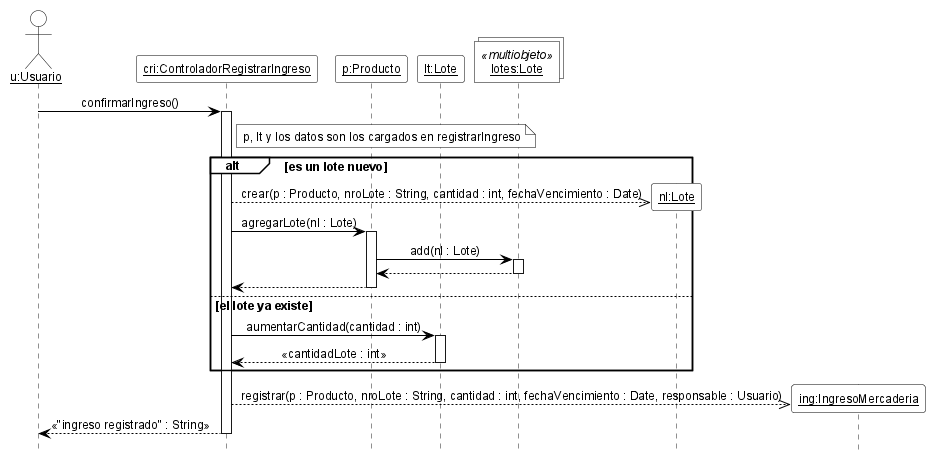
Before: 08-Diagrama De Secuencia/DSD_CU-05_confirmarIngreso.png, a diagram exported from PlantUML (cirotop/Stock-Project).
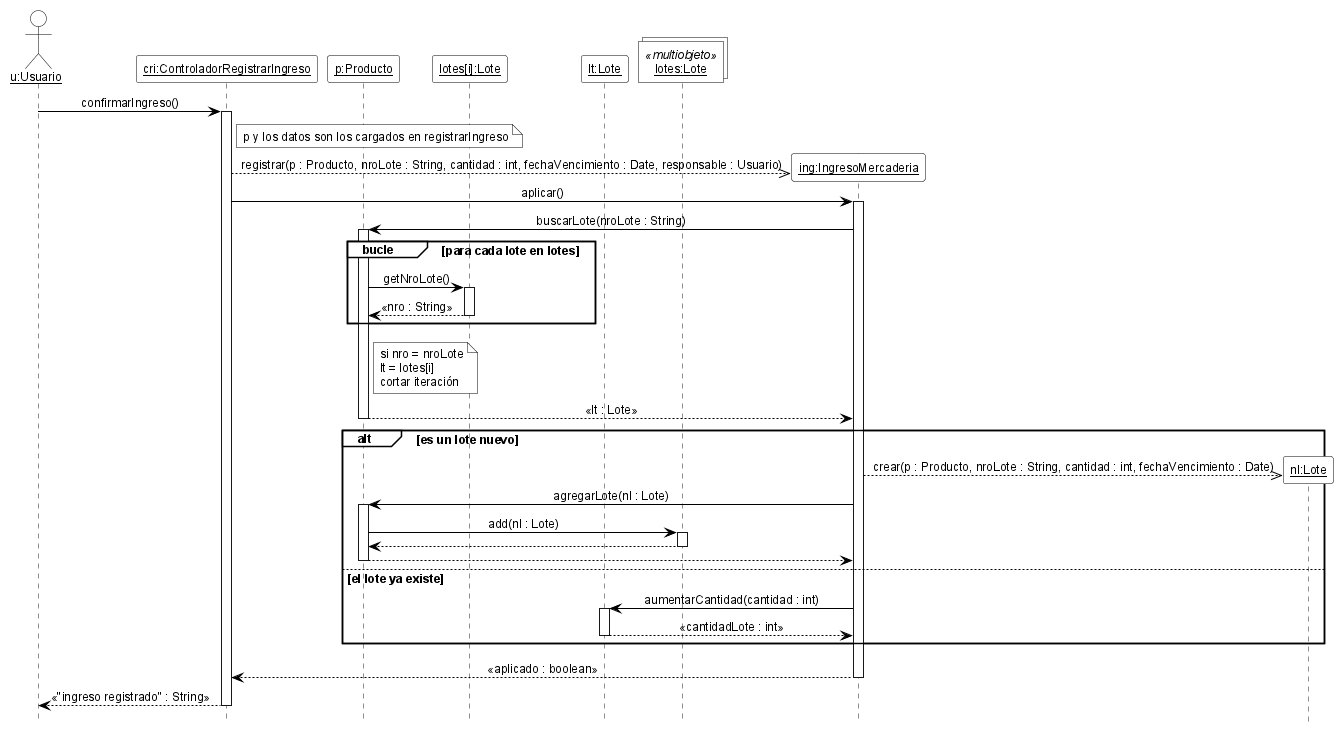
The same file after the commit.

What changed in the source:
```diff
@@ -22,24 +22,38 @@
 actor "<u>u:Usuario</u>" as u
 participant "<u>cri:ControladorRegistrarIngreso</u>" as cri
 participant "<u>p:Producto</u>" as p
+participant "<u>lotes[i]:Lote</u>" as li
 participant "<u>lt:Lote</u>" as lt
 collections "<u>lotes:Lote</u>" as ml <<multiobjeto>>
 
 u -> cri ++ : confirmarIngreso()
-note right of cri : p, lt y los datos son los cargados en registrarIngreso
+note right of cri : p y los datos son los cargados en registrarIngreso
+create participant "<u>ing:IngresoMercaderia</u>" as ing
+cri -->> ing : registrar(p : Producto, nroLote : String, cantidad : int, fechaVencimiento : Date, responsable : Usuario)
+cri -> ing ++ : aplicar()
+ing -> p ++ : buscarLote(nroLote : String)
+group bucle [para cada lote en lotes]
+  p -> li ++ : getNroLote()
+  li --> p -- : «nro : String»
+end
+note right of p
+  si nro = nroLote
+  lt = lotes[i]
+  cortar iteración
+end note
+p --> ing -- : «lt : Lote»
 alt es un lote nuevo
   create participant "<u>nl:Lote</u>" as nl
-  cri -->> nl : crear(p : Producto, nroLote : String, cantidad : int, fechaVencimiento : Date)
-  cri -> p ++ : agregarLote(nl : Lote)
+  ing -->> nl : crear(p : Producto, nroLote : String, cantidad : int, fechaVencimiento : Date)
+  ing -> p ++ : agregarLote(nl : Lote)
   p -> ml ++ : add(nl : Lote)
   ml --> p --
-  p --> cri --
+  p --> ing --
 else el lote ya existe
-  cri -> lt ++ : aumentarCantidad(cantidad : int)
-  lt --> cri -- : «cantidadLote : int»
+  ing -> lt ++ : aumentarCantidad(cantidad : int)
+  lt --> ing -- : «cantidadLote : int»
 end
-create participant "<u>ing:IngresoMercaderia</u>" as ing
-cri -->> ing : registrar(p : Producto, nroLote : String, cantidad : int, fechaVencimiento : Date, responsable : Usuario)
+ing --> cri -- : «aplicado : boolean»
 cri --> u -- : «"ingreso registrado" : String»
 
 @enduml
```
